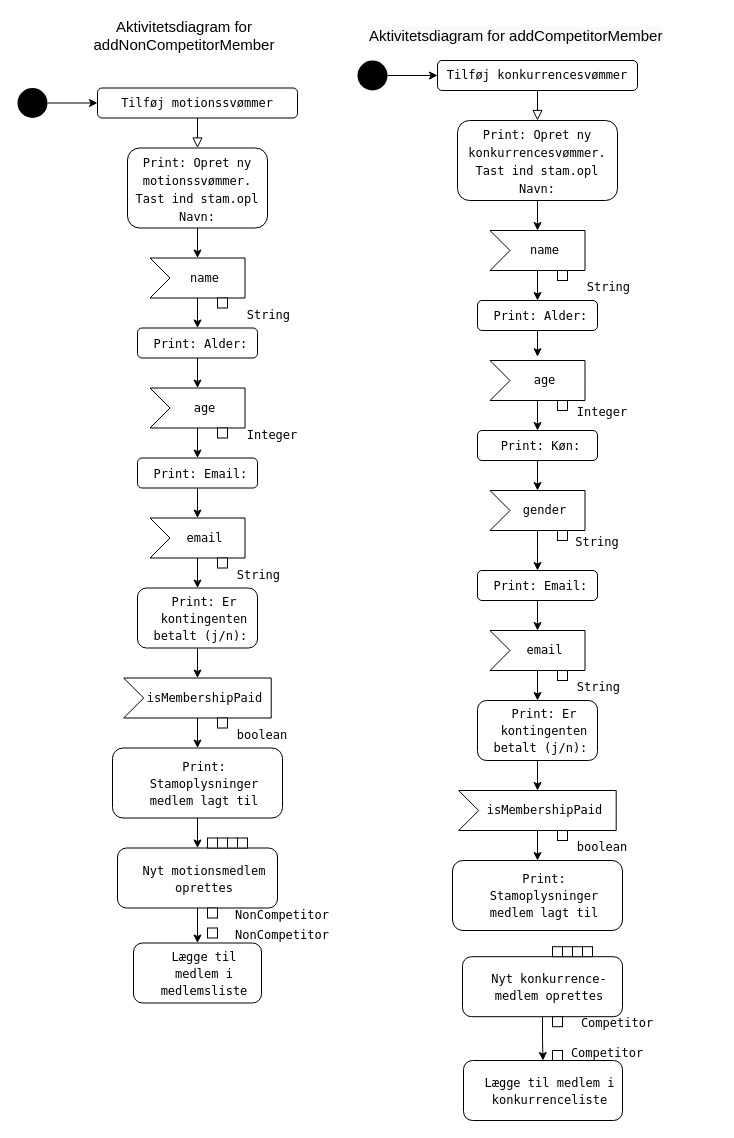
This is docs/Aktivitetsdiagram_addMember.drawio from norskemarcus/Delfinen, a draw.io file, before an edit. Source tidied: cells renumbered, new cells numbered last; positions are measured from the earlier drawing's top-left corner, leaving out a move shared by most shapes. Both pictures are drawn from the tidied source at 100%, with x=0, y=0 at pixel (17, 20).
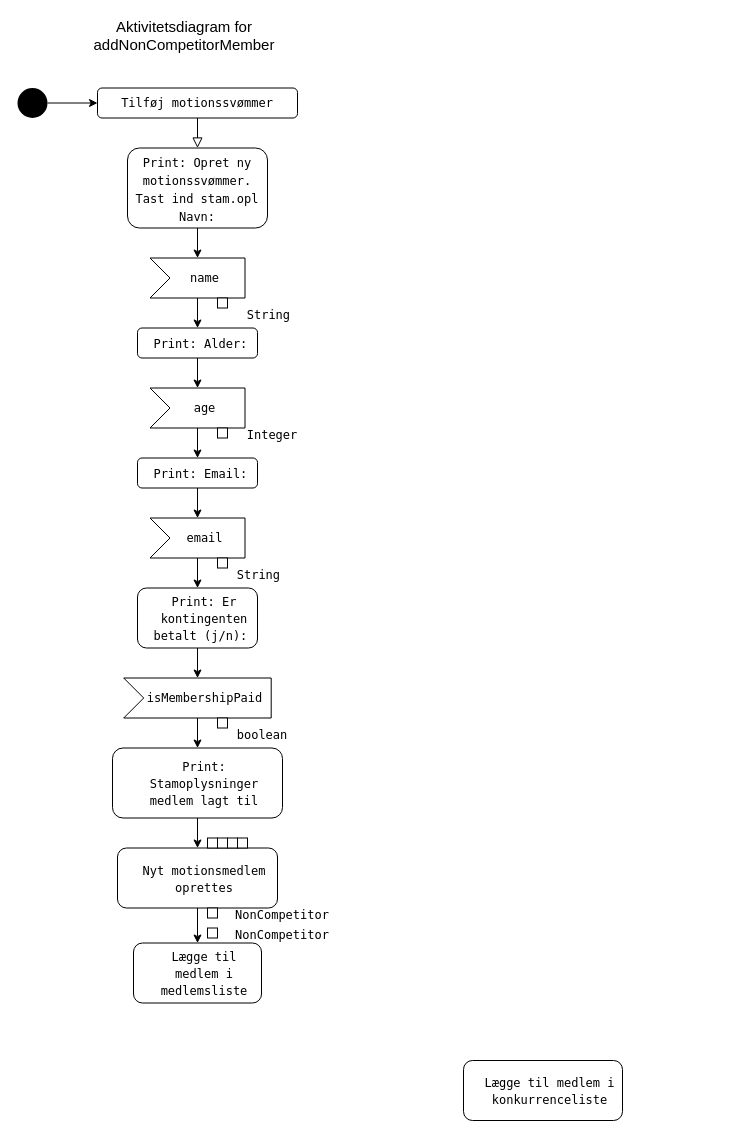
After the change.

Unchanged cells that the change refers to:
```xml
<mxCell id="86" value="&lt;font style=&quot;font-size: 12px&quot;&gt;Lægge til medlem i konkurrenceliste&lt;/font&gt;" style="rounded=1;whiteSpace=wrap;html=1;fontSize=14;fontFamily=Lucida Console;fillColor=#FFFFFF;fontStyle=0;spacingRight=0;spacingLeft=14;shadow=0;" parent="1" vertex="1">
  <mxGeometry x="446" y="1040" width="159" height="60" as="geometry" />
</mxCell>
```

The edit, as a diff of the source:
```diff
@@
-    <mxCell id="33" value="&lt;span style=&quot;color: rgb(0 , 0 , 0) ; font-family: &amp;#34;helvetica&amp;#34; ; font-size: 15px ; font-style: normal ; font-weight: 400 ; letter-spacing: normal ; text-align: center ; text-indent: 0px ; text-transform: none ; word-spacing: 0px ; background-color: rgb(248 , 249 , 250) ; display: inline ; float: none&quot;&gt;Aktivitetsdiagram for addCompetitorMember&lt;/span&gt;" style="text;whiteSpace=wrap;html=1;fontSize=12;fontFamily=Helvetica;" parent="1" vertex="1">
-      <mxGeometry x="350" width="350" height="30" as="geometry" />
-    </mxCell>
-    <mxCell id="34" style="rounded=0;html=1;jettySize=auto;fontSize=11;endArrow=block;endFill=0;endSize=8;strokeWidth=1;shadow=0;labelBackgroundColor=none;edgeStyle=orthogonalEdgeStyle;fontFamily=Lucida Console;" parent="1" edge="1" source="35">
-      <mxGeometry relative="1" as="geometry">
-        <mxPoint x="520" y="100" as="targetPoint" />
-      </mxGeometry>
-    </mxCell>
-    <mxCell id="35" value="&lt;div style=&quot;background-color: rgb(255 , 255 , 255)&quot;&gt;Tilføj konkurrencesvømmer&lt;/div&gt;" style="rounded=1;whiteSpace=wrap;html=1;fontSize=12;glass=0;strokeWidth=1;shadow=0;fontFamily=Lucida Console;" parent="1" vertex="1">
-      <mxGeometry x="420" y="40" width="200" height="30" as="geometry" />
-    </mxCell>
-    <mxCell id="36" style="edgeStyle=orthogonalEdgeStyle;rounded=0;jettySize=auto;html=1;fontFamily=Lucida Console;" parent="1" edge="1" source="37" target="35">
-      <mxGeometry relative="1" as="geometry" />
-    </mxCell>
-    <mxCell id="37" style="ellipse;fillColor=#000000;strokeColor=none;fontFamily=Lucida Console;" parent="1" vertex="1">
-      <mxGeometry x="340" y="40" width="30" height="30" as="geometry" />
-    </mxCell>
-    <mxCell id="38" style="edgeStyle=orthogonalEdgeStyle;rounded=0;jettySize=auto;html=1;fontSize=15;fontFamily=Lucida Console;" parent="1" edge="1" source="39" target="41">
-      <mxGeometry relative="1" as="geometry" />
-    </mxCell>
-    <mxCell id="39" value="&lt;font style=&quot;font-size: 12px&quot;&gt;Print: Opret ny konkurrencesvømmer. Tast ind stam.opl Navn:&lt;/font&gt;" style="rounded=1;whiteSpace=wrap;html=1;fontSize=15;fontFamily=Lucida Console;" parent="1" vertex="1">
-      <mxGeometry x="440" y="100" width="160" height="80" as="geometry" />
-    </mxCell>
-    <mxCell id="40" style="edgeStyle=orthogonalEdgeStyle;rounded=0;jettySize=auto;html=1;fontSize=15;fontFamily=Lucida Console;" parent="1" edge="1" source="41" target="43">
-      <mxGeometry relative="1" as="geometry" />
-    </mxCell>
-    <mxCell id="41" value="&lt;div style=&quot;font-size: 12px; background-color: rgb(255, 255, 255);&quot;&gt;name&lt;/div&gt;" style="html=1;shape=mxgraph.infographic.ribbonSimple;notch1=20;notch2=0;align=center;verticalAlign=middle;fontSize=14;fontStyle=0;fillColor=#FFFFFF;flipH=0;spacingRight=0;spacingLeft=14;shadow=0;fontFamily=Lucida Console;" parent="1" vertex="1">
-      <mxGeometry x="472.5" y="210" width="95" height="40" as="geometry" />
-    </mxCell>
-    <mxCell id="42" style="edgeStyle=orthogonalEdgeStyle;rounded=0;jettySize=auto;html=1;fontFamily=Helvetica;fontSize=12;" parent="1" edge="1" source="43">
-      <mxGeometry relative="1" as="geometry">
-        <mxPoint x="520" y="336.2" as="targetPoint" />
-        <Array as="points">
-          <mxPoint x="520" y="316.2" />
-          <mxPoint x="520" y="316.2" />
-        </Array>
-      </mxGeometry>
-    </mxCell>
-    <mxCell id="43" value="&lt;font style=&quot;font-size: 12px&quot;&gt;Print: Alder:&amp;nbsp;&lt;/font&gt;" style="rounded=1;whiteSpace=wrap;html=1;fontSize=14;fillColor=#FFFFFF;fontStyle=0;spacingRight=0;spacingLeft=14;shadow=0;fontFamily=Lucida Console;" parent="1" vertex="1">
-      <mxGeometry x="460" y="280" width="120" height="30" as="geometry" />
-    </mxCell>
-    <mxCell id="44" style="rounded=0;whiteSpace=wrap;html=1;fontSize=15;fontFamily=Lucida Console;" parent="1" vertex="1">
-      <mxGeometry x="540" y="250" width="10" height="10" as="geometry" />
-    </mxCell>
-    <mxCell id="45" value="&lt;font style=&quot;font-size: 12px&quot;&gt;String&amp;nbsp;&lt;/font&gt;" style="text;html=1;strokeColor=none;fillColor=none;align=center;verticalAlign=middle;whiteSpace=wrap;rounded=0;fontSize=15;fontFamily=Lucida Console;" parent="1" vertex="1">
-      <mxGeometry x="560" y="250" width="70" height="30" as="geometry" />
-    </mxCell>
-    <mxCell id="46" style="edgeStyle=orthogonalEdgeStyle;rounded=0;jettySize=auto;html=1;fontFamily=Helvetica;fontSize=12;" parent="1" edge="1" source="47" target="64">
-      <mxGeometry relative="1" as="geometry" />
-    </mxCell>
-    <mxCell id="47" value="&lt;div style=&quot;font-size: 12px; background-color: rgb(255, 255, 255);&quot;&gt;age&lt;/div&gt;" style="html=1;shape=mxgraph.infographic.ribbonSimple;notch1=20;notch2=0;align=center;verticalAlign=middle;fontSize=14;fontStyle=0;fillColor=#FFFFFF;flipH=0;spacingRight=0;spacingLeft=14;shadow=0;fontFamily=Lucida Console;" parent="1" vertex="1">
-      <mxGeometry x="472.5" y="340" width="95" height="40" as="geometry" />
-    </mxCell>
-    <mxCell id="48" style="edgeStyle=orthogonalEdgeStyle;rounded=0;jettySize=auto;html=1;fontSize=15;fontFamily=Lucida Console;" parent="1" edge="1" source="49" target="51">
-      <mxGeometry relative="1" as="geometry" />
-    </mxCell>
-    <mxCell id="49" value="&lt;font style=&quot;font-size: 12px&quot;&gt;Print: Email:&amp;nbsp;&lt;/font&gt;" style="rounded=1;whiteSpace=wrap;html=1;fontSize=14;fillColor=#FFFFFF;fontStyle=0;spacingRight=0;spacingLeft=14;shadow=0;fontFamily=Lucida Console;" parent="1" vertex="1">
-      <mxGeometry x="460" y="550" width="120" height="30" as="geometry" />
-    </mxCell>
-    <mxCell id="50" style="edgeStyle=orthogonalEdgeStyle;rounded=0;jettySize=auto;html=1;fontSize=15;fontFamily=Lucida Console;" parent="1" edge="1" source="51" target="57">
-      <mxGeometry relative="1" as="geometry" />
-    </mxCell>
-    <mxCell id="51" value="&lt;div style=&quot;font-size: 12px; background-color: rgb(255, 255, 255);&quot;&gt;email&lt;/div&gt;" style="html=1;shape=mxgraph.infographic.ribbonSimple;notch1=20;notch2=0;align=center;verticalAlign=middle;fontSize=14;fontStyle=0;fillColor=#FFFFFF;flipH=0;spacingRight=0;spacingLeft=14;shadow=0;fontFamily=Lucida Console;" parent="1" vertex="1">
-      <mxGeometry x="472.5" y="610" width="95" height="40" as="geometry" />
-    </mxCell>
-    <mxCell id="52" style="rounded=0;whiteSpace=wrap;html=1;fontSize=15;fontFamily=Lucida Console;" parent="1" vertex="1">
-      <mxGeometry x="540" y="380" width="10" height="10" as="geometry" />
-    </mxCell>
-    <mxCell id="53" style="rounded=0;whiteSpace=wrap;html=1;fontSize=15;fontFamily=Lucida Console;" parent="1" vertex="1">
-      <mxGeometry x="540" y="650" width="10" height="10" as="geometry" />
-    </mxCell>
-    <mxCell id="54" value="&lt;font style=&quot;font-size: 12px&quot;&gt;Integer&lt;/font&gt;" style="text;html=1;strokeColor=none;fillColor=none;align=center;verticalAlign=middle;whiteSpace=wrap;rounded=0;fontSize=15;fontFamily=Lucida Console;" parent="1" vertex="1">
-      <mxGeometry x="550" y="375" width="70" height="30" as="geometry" />
-    </mxCell>
-    <mxCell id="55" value="&lt;font style=&quot;font-size: 12px&quot;&gt;String&amp;nbsp;&lt;/font&gt;" style="text;html=1;strokeColor=none;fillColor=none;align=center;verticalAlign=middle;whiteSpace=wrap;rounded=0;fontSize=15;fontFamily=Lucida Console;" parent="1" vertex="1">
-      <mxGeometry x="550" y="650" width="70" height="30" as="geometry" />
-    </mxCell>
-    <mxCell id="56" style="edgeStyle=orthogonalEdgeStyle;rounded=0;jettySize=auto;html=1;fontSize=15;fontFamily=Lucida Console;" parent="1" edge="1" source="57" target="59">
-      <mxGeometry relative="1" as="geometry" />
-    </mxCell>
-    <mxCell id="57" value="&lt;font style=&quot;font-size: 12px&quot;&gt;Print: Er kontingenten betalt (j/n):&amp;nbsp;&lt;/font&gt;" style="rounded=1;whiteSpace=wrap;html=1;fontSize=14;fillColor=#FFFFFF;fontStyle=0;spacingRight=0;spacingLeft=14;shadow=0;fontFamily=Lucida Console;" parent="1" vertex="1">
-      <mxGeometry x="460" y="680" width="120" height="60" as="geometry" />
-    </mxCell>
-    <mxCell id="58" style="edgeStyle=orthogonalEdgeStyle;rounded=0;jettySize=auto;html=1;fontFamily=Helvetica;fontSize=12;" parent="1" edge="1" source="59" target="62">
-      <mxGeometry relative="1" as="geometry" />
-    </mxCell>
-    <mxCell id="59" value="&lt;div style=&quot;font-size: 12px ; background-color: rgb(255 , 255 , 255)&quot;&gt;isMembershipPaid&lt;/div&gt;" style="html=1;shape=mxgraph.infographic.ribbonSimple;notch1=20;notch2=0;align=center;verticalAlign=middle;fontSize=14;fontStyle=0;fillColor=#FFFFFF;flipH=0;spacingRight=0;spacingLeft=14;shadow=0;fontFamily=Lucida Console;" parent="1" vertex="1">
-      <mxGeometry x="441.2" y="770" width="157.5" height="40" as="geometry" />
-    </mxCell>
-    <mxCell id="60" style="rounded=0;whiteSpace=wrap;html=1;fontSize=15;fontFamily=Lucida Console;" parent="1" vertex="1">
-      <mxGeometry x="540" y="810" width="10" height="10" as="geometry" />
-    </mxCell>
-    <mxCell id="61" value="&lt;font style=&quot;font-size: 12px&quot;&gt;boolean&lt;/font&gt;" style="text;html=1;strokeColor=none;fillColor=none;align=center;verticalAlign=middle;whiteSpace=wrap;rounded=0;fontSize=15;fontFamily=Lucida Console;" parent="1" vertex="1">
-      <mxGeometry x="550" y="810" width="70" height="30" as="geometry" />
-    </mxCell>
-    <mxCell id="62" value="&lt;font style=&quot;font-size: 12px&quot;&gt;Print: Stamoplysninger medlem lagt til&lt;/font&gt;" style="rounded=1;whiteSpace=wrap;html=1;fontSize=14;fontFamily=Lucida Console;fillColor=#FFFFFF;fontStyle=0;spacingRight=0;spacingLeft=14;shadow=0;" parent="1" vertex="1">
-      <mxGeometry x="435" y="840" width="170" height="70" as="geometry" />
-    </mxCell>
-    <mxCell id="63" style="edgeStyle=orthogonalEdgeStyle;rounded=0;jettySize=auto;html=1;fontFamily=Helvetica;fontSize=12;" parent="1" edge="1" source="64" target="66">
-      <mxGeometry relative="1" as="geometry" />
-    </mxCell>
-    <mxCell id="64" value="&lt;font style=&quot;font-size: 12px&quot;&gt;Print: Køn:&amp;nbsp;&lt;/font&gt;" style="rounded=1;whiteSpace=wrap;html=1;fontSize=14;fillColor=#FFFFFF;fontStyle=0;spacingRight=0;spacingLeft=14;shadow=0;fontFamily=Lucida Console;" parent="1" vertex="1">
-      <mxGeometry x="460" y="410" width="120" height="30" as="geometry" />
-    </mxCell>
-    <mxCell id="65" style="edgeStyle=orthogonalEdgeStyle;rounded=0;jettySize=auto;html=1;fontFamily=Helvetica;fontSize=12;" parent="1" edge="1" source="66">
-      <mxGeometry relative="1" as="geometry">
-        <mxPoint x="520" y="550" as="targetPoint" />
-      </mxGeometry>
-    </mxCell>
-    <mxCell id="66" value="&lt;div style=&quot;font-size: 12px ; background-color: rgb(255 , 255 , 255)&quot;&gt;gender&lt;/div&gt;" style="html=1;shape=mxgraph.infographic.ribbonSimple;notch1=20;notch2=0;align=center;verticalAlign=middle;fontSize=14;fontStyle=0;fillColor=#FFFFFF;flipH=0;spacingRight=0;spacingLeft=14;shadow=0;fontFamily=Lucida Console;" parent="1" vertex="1">
-      <mxGeometry x="472.5" y="470" width="95" height="40" as="geometry" />
-    </mxCell>
-    <mxCell id="67" style="rounded=0;whiteSpace=wrap;html=1;fontSize=15;fontFamily=Lucida Console;" parent="1" vertex="1">
-      <mxGeometry x="540" y="510" width="10" height="10" as="geometry" />
-    </mxCell>
-    <mxCell id="68" value="&lt;font style=&quot;font-size: 12px&quot;&gt;String&lt;/font&gt;" style="text;html=1;strokeColor=none;fillColor=none;align=center;verticalAlign=middle;whiteSpace=wrap;rounded=0;fontSize=15;fontFamily=Lucida Console;" parent="1" vertex="1">
-      <mxGeometry x="545" y="505.2" width="70" height="30" as="geometry" />
-    </mxCell>
@@
-    <mxCell id="80" style="edgeStyle=orthogonalEdgeStyle;rounded=0;jettySize=auto;html=1;fontFamily=Helvetica;fontSize=12;" parent="1" edge="1" source="81" target="86">
-      <mxGeometry relative="1" as="geometry" />
-    </mxCell>
-    <mxCell id="81" value="&lt;font style=&quot;font-size: 12px&quot;&gt;Nyt konkurrence- medlem oprettes&lt;/font&gt;" style="rounded=1;whiteSpace=wrap;html=1;fontSize=14;fontFamily=Lucida Console;fillColor=#FFFFFF;fontStyle=0;spacingRight=0;spacingLeft=14;shadow=0;" parent="1" vertex="1">
-      <mxGeometry x="445" y="936.2" width="160" height="60" as="geometry" />
-    </mxCell>
-    <mxCell id="82" style="rounded=0;whiteSpace=wrap;html=1;fontSize=15;fontFamily=Lucida Console;" parent="1" vertex="1">
-      <mxGeometry x="535" y="926.2" width="10" height="10" as="geometry" />
-    </mxCell>
-    <mxCell id="83" style="rounded=0;whiteSpace=wrap;html=1;fontSize=15;fontFamily=Lucida Console;" parent="1" vertex="1">
-      <mxGeometry x="545" y="926.2" width="10" height="10" as="geometry" />
-    </mxCell>
-    <mxCell id="84" style="rounded=0;whiteSpace=wrap;html=1;fontSize=15;fontFamily=Lucida Console;" parent="1" vertex="1">
-      <mxGeometry x="555" y="926.2" width="10" height="10" as="geometry" />
-    </mxCell>
-    <mxCell id="85" style="rounded=0;whiteSpace=wrap;html=1;fontSize=15;fontFamily=Lucida Console;" parent="1" vertex="1">
-      <mxGeometry x="565" y="926.2" width="10" height="10" as="geometry" />
-    </mxCell>
@@
-    <mxCell id="87" style="rounded=0;whiteSpace=wrap;html=1;fontSize=15;fontFamily=Lucida Console;" parent="1" vertex="1">
-      <mxGeometry x="535" y="996.2" width="10" height="10" as="geometry" />
-    </mxCell>
-    <mxCell id="88" style="rounded=0;whiteSpace=wrap;html=1;fontSize=15;fontFamily=Lucida Console;" parent="1" vertex="1">
-      <mxGeometry x="535" y="1030" width="10" height="10" as="geometry" />
-    </mxCell>
-    <mxCell id="89" value="&lt;span style=&quot;font-size: 12px&quot;&gt;Competitor&lt;/span&gt;" style="text;html=1;strokeColor=none;fillColor=none;align=center;verticalAlign=middle;whiteSpace=wrap;rounded=0;fontSize=15;fontFamily=Lucida Console;" parent="1" vertex="1">
-      <mxGeometry x="545" y="986.2" width="110" height="30" as="geometry" />
-    </mxCell>
-    <mxCell id="90" value="&lt;span style=&quot;font-size: 12px&quot;&gt;Competitor&lt;/span&gt;" style="text;html=1;strokeColor=none;fillColor=none;align=center;verticalAlign=middle;whiteSpace=wrap;rounded=0;fontSize=15;fontFamily=Lucida Console;" parent="1" vertex="1">
-      <mxGeometry x="535" y="1016.2" width="110" height="30" as="geometry" />
-    </mxCell>
```
